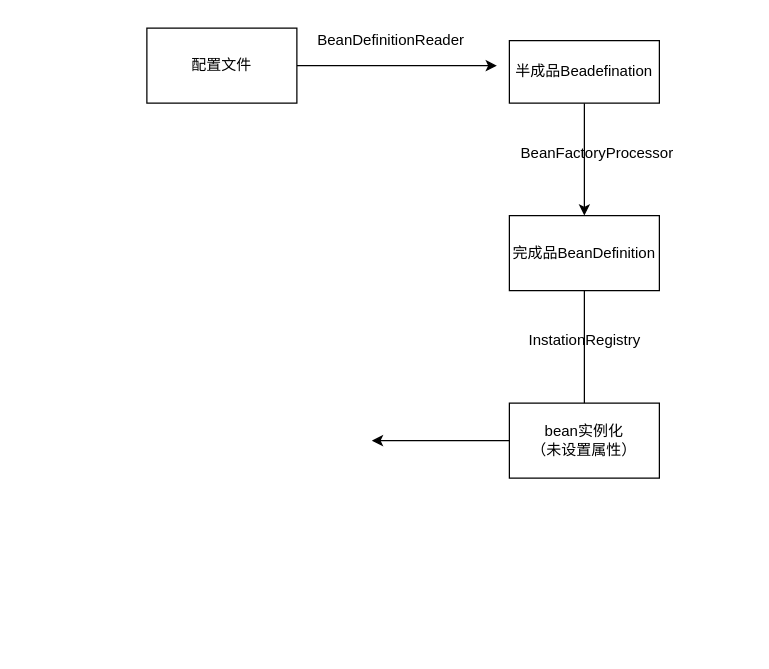
maoqingcode/diagrams keeps this draw.io diagram as springbean实例化.drawio. Above is the earlier version. Source tidied: cells renumbered, new cells numbered last; positions are measured from the earlier drawing's top-left corner, leaving out a move shared by most shapes. Both pictures are drawn from the tidied source at 125%, with x=0, y=0 at pixel (146, 28).
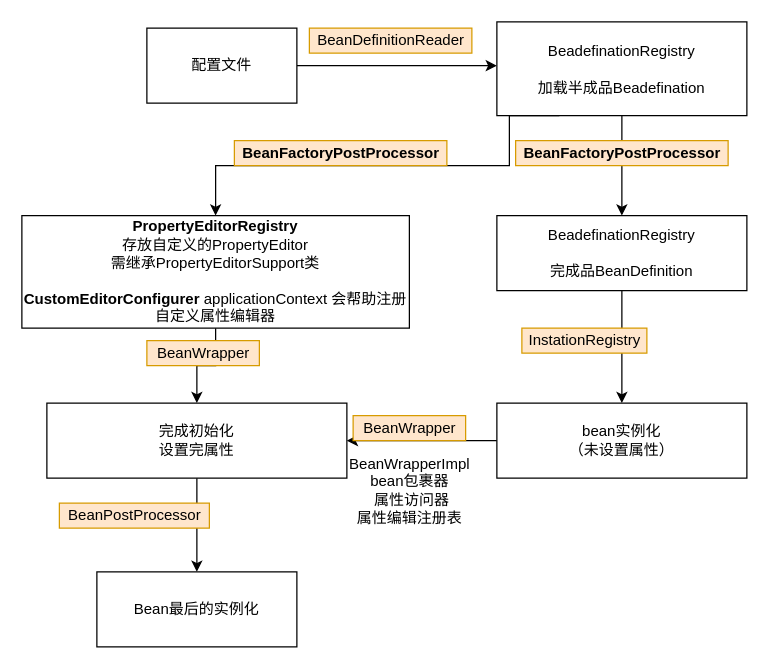
After the change.

What changed in the source:
```diff
@@
-    <mxCell id="4" style="edgeStyle=orthogonalEdgeStyle;rounded=0;jettySize=auto;html=1;" parent="1" edge="1" source="5">
-      <mxGeometry relative="1" as="geometry">
-        <mxPoint x="350" y="150" as="targetPoint" />
-      </mxGeometry>
-    </mxCell>
+    <mxCell id="13" style="edgeStyle=orthogonalEdgeStyle;rounded=0;jettySize=auto;html=1;entryX=0.5;entryY=0;entryDx=0;entryDy=0;" parent="1" edge="1" source="5" target="8">
+      <mxGeometry relative="1" as="geometry" />
+    </mxCell>
+    <mxCell id="14" style="edgeStyle=orthogonalEdgeStyle;rounded=0;jettySize=auto;html=1;exitX=0.25;exitY=1;exitDx=0;exitDy=0;entryX=0.5;entryY=0;entryDx=0;entryDy=0;" parent="1" edge="1" source="5" target="24">
+      <mxGeometry relative="1" as="geometry">
+        <Array as="points">
+          <mxPoint x="290" y="70" />
+          <mxPoint x="290" y="110" />
+          <mxPoint x="55" y="110" />
+        </Array>
+      </mxGeometry>
+    </mxCell>
-    <mxCell id="5" value="半成品Beadefination" style="rounded=0;whiteSpace=wrap;html=1;" parent="1" vertex="1">
-      <mxGeometry x="290" y="10" width="120" height="50" as="geometry" />
+    <mxCell id="5" value="BeadefinationRegistry&lt;br&gt;&lt;br&gt;加载半成品Beadefination" style="rounded=0;whiteSpace=wrap;html=1;" parent="1" vertex="1">
+      <mxGeometry x="280" y="-5" width="200" height="75" as="geometry" />
     </mxCell>
-    <mxCell id="6" value="BeanDefinitionReader" style="text;html=1;align=center;verticalAlign=middle;" parent="1" vertex="1">
+    <mxCell id="6" value="BeanDefinitionReader" style="text;html=1;align=center;verticalAlign=middle;fillColor=#ffe6cc;strokeColor=#d79b00;" parent="1" vertex="1">
       <mxGeometry x="130" width="130" height="20" as="geometry" />
     </mxCell>
-    <mxCell id="7" style="edgeStyle=orthogonalEdgeStyle;rounded=0;jettySize=auto;html=1;" parent="1" edge="1" source="8">
-      <mxGeometry relative="1" as="geometry">
-        <mxPoint x="350" y="310" as="targetPoint" />
-      </mxGeometry>
-    </mxCell>
+    <mxCell id="15" style="edgeStyle=orthogonalEdgeStyle;rounded=0;jettySize=auto;html=1;entryX=0.5;entryY=0;entryDx=0;entryDy=0;" parent="1" edge="1" source="8" target="11">
+      <mxGeometry relative="1" as="geometry" />
+    </mxCell>
-    <mxCell id="8" value="完成品BeanDefinition" style="rounded=0;whiteSpace=wrap;html=1;" parent="1" vertex="1">
-      <mxGeometry x="290" y="150" width="120" height="60" as="geometry" />
+    <mxCell id="8" value="BeadefinationRegistry&lt;br&gt;&lt;br&gt;完成品BeanDefinition" style="rounded=0;whiteSpace=wrap;html=1;" parent="1" vertex="1">
+      <mxGeometry x="280" y="150" width="200" height="60" as="geometry" />
     </mxCell>
-    <mxCell id="9" value="BeanFactoryProcessor" style="text;html=1;align=center;verticalAlign=middle;" parent="1" vertex="1">
-      <mxGeometry x="290" y="90" width="140" height="20" as="geometry" />
+    <mxCell id="9" value="&lt;b&gt;BeanFactoryPostProcessor&lt;/b&gt;" style="text;html=1;align=center;verticalAlign=middle;fillColor=#ffe6cc;strokeColor=#d79b00;" parent="1" vertex="1">
+      <mxGeometry x="295" y="90" width="170" height="20" as="geometry" />
     </mxCell>
-    <mxCell id="10" style="edgeStyle=orthogonalEdgeStyle;rounded=0;jettySize=auto;html=1;" parent="1" edge="1" source="11">
-      <mxGeometry relative="1" as="geometry">
-        <mxPoint x="180" y="330" as="targetPoint" />
-      </mxGeometry>
+    <mxCell id="10" style="edgeStyle=orthogonalEdgeStyle;rounded=0;jettySize=auto;html=1;entryX=1;entryY=0.5;entryDx=0;entryDy=0;" parent="1" edge="1" source="11" target="17">
+      <mxGeometry relative="1" as="geometry" />
     </mxCell>
     <mxCell id="11" value="bean实例化&lt;br&gt;（未设置属性）" style="whiteSpace=wrap;html=1;" parent="1" vertex="1">
-      <mxGeometry x="290" y="300" width="120" height="60" as="geometry" />
+      <mxGeometry x="280" y="300" width="200" height="60" as="geometry" />
     </mxCell>
-    <mxCell id="12" value="InstationRegistry" style="text;html=1;align=center;verticalAlign=middle;" parent="1" vertex="1">
+    <mxCell id="12" value="InstationRegistry" style="text;html=1;align=center;verticalAlign=middle;fillColor=#ffe6cc;strokeColor=#d79b00;" parent="1" vertex="1">
       <mxGeometry x="300" y="240" width="100" height="20" as="geometry" />
     </mxCell>
+    <mxCell id="16" style="edgeStyle=orthogonalEdgeStyle;rounded=0;jettySize=auto;html=1;exitX=0.5;exitY=1;exitDx=0;exitDy=0;entryX=0.5;entryY=0;entryDx=0;entryDy=0;" parent="1" edge="1" source="17" target="19">
+      <mxGeometry relative="1" as="geometry" />
+    </mxCell>
+    <mxCell id="17" value="完成初始化&lt;br&gt;设置完属性" style="whiteSpace=wrap;html=1;" parent="1" vertex="1">
+      <mxGeometry x="-80" y="300" width="240" height="60" as="geometry" />
+    </mxCell>
+    <mxCell id="18" value="BeanWrapper" style="text;html=1;align=center;verticalAlign=middle;fillColor=#ffe6cc;strokeColor=#d79b00;" parent="1" vertex="1">
+      <mxGeometry x="165" y="310" width="90" height="20" as="geometry" />
+    </mxCell>
+    <mxCell id="19" value="Bean最后的实例化" style="whiteSpace=wrap;html=1;" parent="1" vertex="1">
+      <mxGeometry x="-40" y="435" width="160" height="60" as="geometry" />
+    </mxCell>
+    <mxCell id="20" value="BeanPostProcessor" style="text;html=1;align=center;verticalAlign=middle;fillColor=#ffe6cc;strokeColor=#d79b00;" parent="1" vertex="1">
+      <mxGeometry x="-70" y="380" width="120" height="20" as="geometry" />
+    </mxCell>
+    <mxCell id="21" value="&lt;font color=&quot;rgba(0, 0, 0, 0)&quot; face=&quot;monospace&quot;&gt;&lt;span style=&quot;font-size: 0px&quot;&gt;s&lt;/span&gt;&lt;/font&gt;" style="text;html=1;align=center;verticalAlign=middle;" parent="1" vertex="1">
+      <mxGeometry x="200" y="330" width="20" height="20" as="geometry" />
+    </mxCell>
+    <mxCell id="22" value="BeanWrapperImpl &lt;br&gt;bean包裹器&lt;br&gt;&amp;nbsp;属性访问器 &lt;br&gt;属性编辑注册表" style="text;html=1;align=center;verticalAlign=middle;" parent="1" vertex="1">
+      <mxGeometry x="155" y="340" width="110" height="60" as="geometry" />
+    </mxCell>
+    <mxCell id="23" style="edgeStyle=orthogonalEdgeStyle;rounded=0;jettySize=auto;html=1;" parent="1" edge="1" source="24" target="17">
+      <mxGeometry relative="1" as="geometry" />
+    </mxCell>
+    <mxCell id="24" value="&lt;b&gt;PropertyEditorRegistry&lt;/b&gt;&lt;br&gt;存放自定义的PropertyEditor&lt;br&gt;需继承PropertyEditorSupport类&lt;br&gt;&lt;br&gt;&lt;b&gt;CustomEditorConfigurer &lt;/b&gt;applicationContext 会帮助注册自定义属性编辑器" style="whiteSpace=wrap;html=1;" parent="1" vertex="1">
+      <mxGeometry x="-100" y="150" width="310" height="90" as="geometry" />
+    </mxCell>
+    <mxCell id="25" value="BeanWrapper" style="text;html=1;align=center;verticalAlign=middle;fillColor=#ffe6cc;strokeColor=#d79b00;" parent="1" vertex="1">
+      <mxGeometry y="250" width="90" height="20" as="geometry" />
+    </mxCell>
+    <mxCell id="26" value="&lt;b&gt;BeanFactoryPostProcessor&lt;/b&gt;" style="text;html=1;align=center;verticalAlign=middle;fillColor=#ffe6cc;strokeColor=#d79b00;" parent="1" vertex="1">
+      <mxGeometry x="70" y="90" width="170" height="20" as="geometry" />
+    </mxCell>
```
